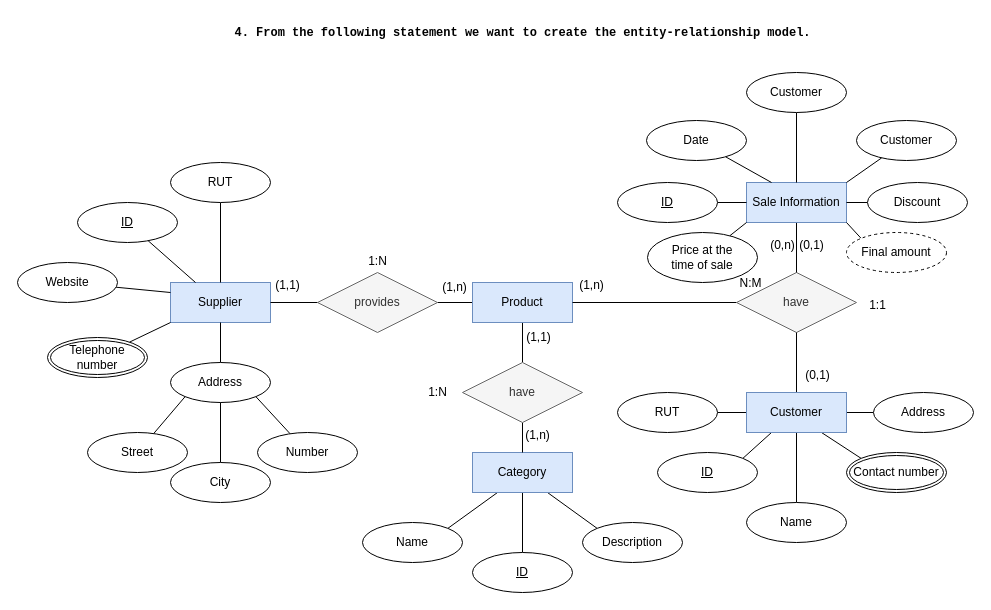
The draw.io diagram page "Exercise 4" (4 of 5) of ejercicio3.drawio in Maek0s/1DAM_Databases, before the edit. Source tidied: cells renumbered, new cells numbered last; positions are measured from the earlier drawing's top-left corner, leaving out a move shared by most shapes. Both pictures are drawn from the tidied source at 100%, with x=0, y=0 at pixel (17, 17).
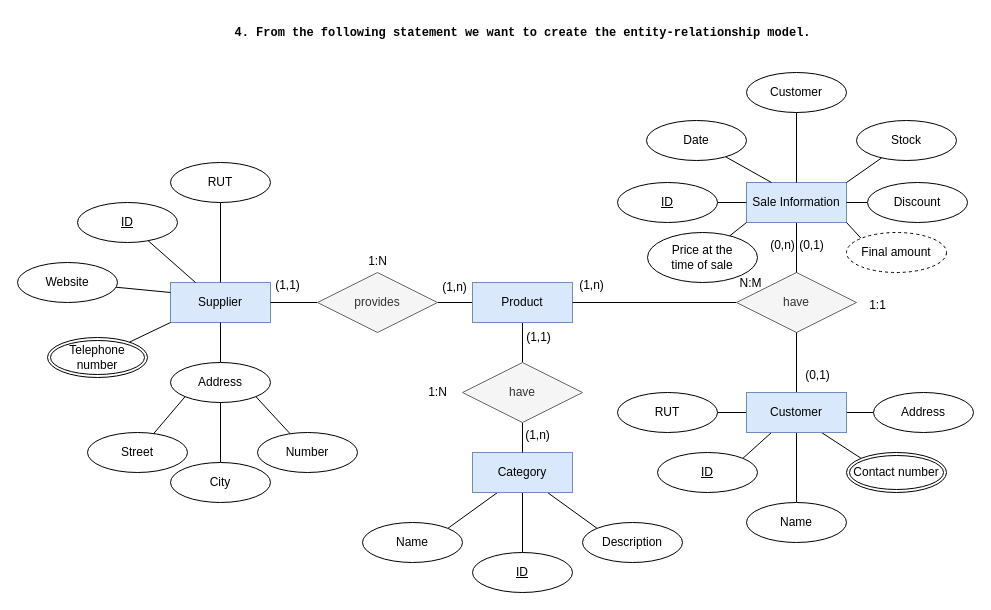
Above is the later version.

What changed in the source:
```diff
@@
-    <mxCell id="57" value="Customer" style="ellipse;whiteSpace=wrap;html=1;align=center;" parent="1" vertex="1">
+    <mxCell id="57" value="Stock" style="ellipse;whiteSpace=wrap;html=1;align=center;" parent="1" vertex="1">
       <mxGeometry x="839" y="103" width="100" height="40" as="geometry" />
     </mxCell>
```
